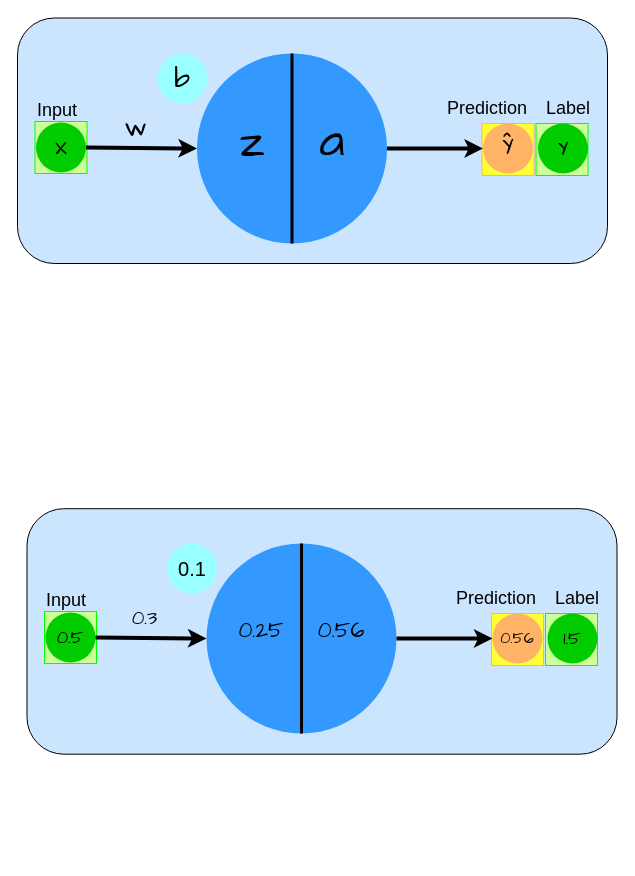
Earlier version of the draw.io diagram backpropagation.drawio (chnoack/diagrams). Source tidied: cells renumbered, new cells numbered last; positions are measured from the earlier drawing's top-left corner, leaving out a move shared by most shapes. Both pictures are drawn from the tidied source at 100%, with x=0, y=0 at pixel (17, 17).
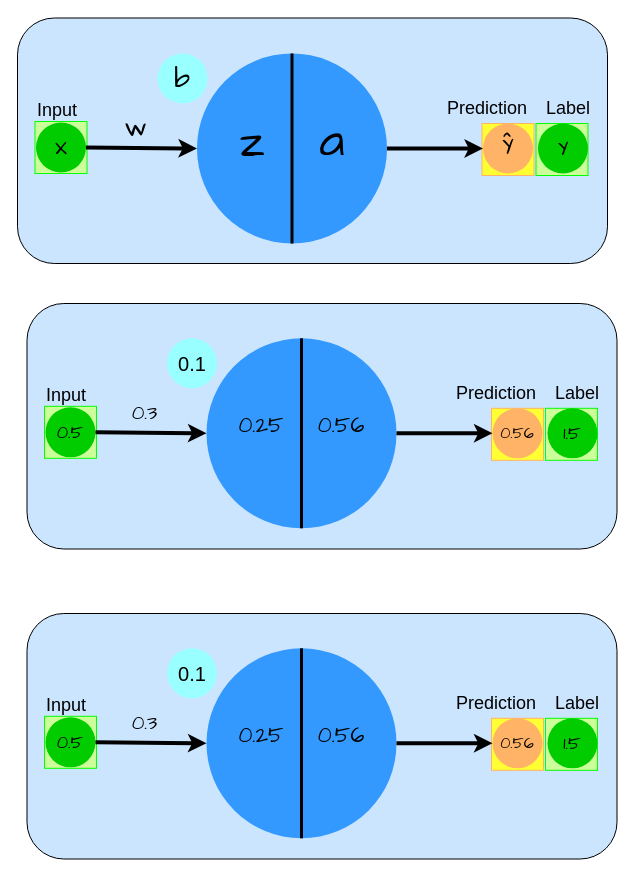
Above is the later version.

The edit, as a diff of the source:
```diff
@@
     <mxCell id="2" style="rounded=1;whiteSpace=wrap;html=1;fillColor=#CCE5FF;" parent="1" vertex="1">
-      <mxGeometry x="9.5" y="491.2" width="590" height="245.5" as="geometry" />
+      <mxGeometry x="9.5" y="286" width="590" height="245.5" as="geometry" />
     </mxCell>
@@
     <mxCell id="22" style="whiteSpace=wrap;html=1;fillColor=#CCFF99;strokeColor=#00FF00;" parent="1" vertex="1">
-      <mxGeometry x="528" y="596" width="52" height="52" as="geometry" />
+      <mxGeometry x="528" y="390.8" width="52" height="52" as="geometry" />
     </mxCell>
     <mxCell id="23" style="whiteSpace=wrap;html=1;fillColor=#FFFF33;strokeColor=#FFB366;" parent="1" vertex="1">
-      <mxGeometry x="474" y="596" width="52" height="52" as="geometry" />
+      <mxGeometry x="474" y="390.8" width="52" height="52" as="geometry" />
     </mxCell>
     <mxCell id="24" style="ellipse;whiteSpace=wrap;html=1;strokeColor=none;fillColor=light-dark(#3399FF,#EDEDED);" parent="1" vertex="1">
-      <mxGeometry x="189" y="526" width="190" height="190" as="geometry" />
+      <mxGeometry x="189" y="320.8" width="190" height="190" as="geometry" />
     </mxCell>
@@
     <mxCell id="26" value="&lt;font style=&quot;font-size: 22px;&quot; face=&quot;Comic Sans MS&quot;&gt;0.25&lt;/font&gt;" style="text;html=1;whiteSpace=wrap;strokeColor=none;fillColor=none;align=center;verticalAlign=middle;rounded=0;" parent="1" vertex="1">
-      <mxGeometry x="209" y="584" width="70" height="60" as="geometry" />
+      <mxGeometry x="209" y="378.8" width="70" height="60" as="geometry" />
     </mxCell>
     <mxCell id="27" value="&lt;font style=&quot;font-size: 22px;&quot; face=&quot;Comic Sans MS&quot;&gt;0.56&lt;/font&gt;" style="text;html=1;whiteSpace=wrap;strokeColor=none;fillColor=none;align=center;verticalAlign=middle;rounded=0;" parent="1" vertex="1">
-      <mxGeometry x="289" y="584" width="70" height="60" as="geometry" />
+      <mxGeometry x="289" y="378.8" width="70" height="60" as="geometry" />
     </mxCell>
     <mxCell id="28" value="&lt;font style=&quot;font-size: 16px;&quot; face=&quot;Comic Sans MS&quot;&gt;0.56&lt;/font&gt;" style="ellipse;whiteSpace=wrap;html=1;fillColor=#FFB366;strokeColor=none;" parent="1" vertex="1">
-      <mxGeometry x="475" y="596" width="50" height="50" as="geometry" />
+      <mxGeometry x="475" y="390.8" width="50" height="50" as="geometry" />
     </mxCell>
     <mxCell id="29" value="&lt;font style=&quot;font-size: 18px;&quot; face=&quot;Comic Sans MS&quot;&gt;1.5&lt;/font&gt;" style="ellipse;whiteSpace=wrap;html=1;fillColor=#00CC00;strokeColor=none;" parent="1" vertex="1">
-      <mxGeometry x="530" y="596" width="50" height="50" as="geometry" />
+      <mxGeometry x="530" y="390.8" width="50" height="50" as="geometry" />
     </mxCell>
     <mxCell id="30" value="&lt;font style=&quot;font-size: 20px;&quot;&gt;0.1&lt;/font&gt;" style="ellipse;whiteSpace=wrap;html=1;fillColor=#99FFFF;strokeColor=none;" parent="1" vertex="1">
-      <mxGeometry x="149.5" y="526" width="50" height="50" as="geometry" />
+      <mxGeometry x="149.5" y="320.8" width="50" height="50" as="geometry" />
     </mxCell>
     <mxCell id="31" style="whiteSpace=wrap;html=1;fillColor=#CCFF99;strokeColor=#00FF00;" parent="1" vertex="1">
-      <mxGeometry x="27" y="594" width="52" height="52" as="geometry" />
+      <mxGeometry x="27" y="388.8" width="52" height="52" as="geometry" />
     </mxCell>
     <mxCell id="32" value="&lt;font style=&quot;font-size: 18px;&quot; face=&quot;Comic Sans MS&quot;&gt;0.5&lt;/font&gt;" style="ellipse;whiteSpace=wrap;html=1;fillColor=#00CC00;strokeColor=none;" parent="1" vertex="1">
-      <mxGeometry x="28" y="595" width="50" height="50" as="geometry" />
+      <mxGeometry x="28" y="389.8" width="50" height="50" as="geometry" />
     </mxCell>
     <mxCell id="33" value="&lt;font style=&quot;font-size: 20px;&quot; face=&quot;Comic Sans MS&quot;&gt;0.3&lt;/font&gt;" style="text;html=1;whiteSpace=wrap;strokeColor=none;fillColor=none;align=center;verticalAlign=middle;rounded=0;" parent="1" vertex="1">
-      <mxGeometry x="96" y="586" width="63" height="28" as="geometry" />
+      <mxGeometry x="96" y="380.8" width="63" height="28" as="geometry" />
     </mxCell>
@@
     <mxCell id="36" value="&lt;font style=&quot;font-size: 18px;&quot;&gt;Input&lt;/font&gt;" style="text;html=1;whiteSpace=wrap;strokeColor=none;fillColor=none;align=center;verticalAlign=middle;rounded=0;" parent="1" vertex="1">
-      <mxGeometry x="19" y="568" width="60" height="30" as="geometry" />
+      <mxGeometry x="19" y="362.8" width="60" height="30" as="geometry" />
     </mxCell>
     <mxCell id="37" value="&lt;font style=&quot;font-size: 18px;&quot;&gt;Prediction&lt;/font&gt;" style="text;html=1;whiteSpace=wrap;strokeColor=none;fillColor=none;align=center;verticalAlign=middle;rounded=0;" parent="1" vertex="1">
-      <mxGeometry x="439" y="566" width="80" height="30" as="geometry" />
+      <mxGeometry x="439" y="360.8" width="80" height="30" as="geometry" />
     </mxCell>
     <mxCell id="38" value="&lt;font style=&quot;font-size: 18px;&quot;&gt;Label&lt;/font&gt;" style="text;html=1;whiteSpace=wrap;strokeColor=none;fillColor=none;align=center;verticalAlign=middle;rounded=0;" parent="1" vertex="1">
-      <mxGeometry x="530" y="566" width="60" height="30" as="geometry" />
+      <mxGeometry x="530" y="360.8" width="60" height="30" as="geometry" />
     </mxCell>
+    <mxCell id="39" style="rounded=1;whiteSpace=wrap;html=1;fillColor=#CCE5FF;" parent="1" vertex="1">
+      <mxGeometry x="9.5" y="596" width="590" height="245.5" as="geometry" />
+    </mxCell>
+    <mxCell id="40" style="whiteSpace=wrap;html=1;fillColor=#CCFF99;strokeColor=#00FF00;" parent="1" vertex="1">
+      <mxGeometry x="528" y="700.8" width="52" height="52" as="geometry" />
+    </mxCell>
+    <mxCell id="41" style="whiteSpace=wrap;html=1;fillColor=#FFFF33;strokeColor=#FFB366;" parent="1" vertex="1">
+      <mxGeometry x="474" y="700.8" width="52" height="52" as="geometry" />
+    </mxCell>
+    <mxCell id="42" style="ellipse;whiteSpace=wrap;html=1;strokeColor=none;fillColor=light-dark(#3399FF,#EDEDED);" parent="1" vertex="1">
+      <mxGeometry x="189" y="630.8" width="190" height="190" as="geometry" />
+    </mxCell>
+    <mxCell id="43" style="endArrow=none;html=1;rounded=0;entryX=0.5;entryY=0;entryDx=0;entryDy=0;exitX=0.5;exitY=1;exitDx=0;exitDy=0;strokeWidth=3;" parent="1" edge="1" source="42" target="42">
+      <mxGeometry relative="1" as="geometry" />
+    </mxCell>
+    <mxCell id="44" value="&lt;font style=&quot;font-size: 22px;&quot; face=&quot;Comic Sans MS&quot;&gt;0.25&lt;/font&gt;" style="text;html=1;whiteSpace=wrap;strokeColor=none;fillColor=none;align=center;verticalAlign=middle;rounded=0;" parent="1" vertex="1">
+      <mxGeometry x="209" y="688.8" width="70" height="60" as="geometry" />
+    </mxCell>
+    <mxCell id="45" value="&lt;font style=&quot;font-size: 22px;&quot; face=&quot;Comic Sans MS&quot;&gt;0.56&lt;/font&gt;" style="text;html=1;whiteSpace=wrap;strokeColor=none;fillColor=none;align=center;verticalAlign=middle;rounded=0;" parent="1" vertex="1">
+      <mxGeometry x="289" y="688.8" width="70" height="60" as="geometry" />
+    </mxCell>
+    <mxCell id="46" value="&lt;font style=&quot;font-size: 16px;&quot; face=&quot;Comic Sans MS&quot;&gt;0.56&lt;/font&gt;" style="ellipse;whiteSpace=wrap;html=1;fillColor=#FFB366;strokeColor=none;" parent="1" vertex="1">
+      <mxGeometry x="475" y="700.8" width="50" height="50" as="geometry" />
+    </mxCell>
+    <mxCell id="47" value="&lt;font style=&quot;font-size: 18px;&quot; face=&quot;Comic Sans MS&quot;&gt;1.5&lt;/font&gt;" style="ellipse;whiteSpace=wrap;html=1;fillColor=#00CC00;strokeColor=none;" parent="1" vertex="1">
+      <mxGeometry x="530" y="700.8" width="50" height="50" as="geometry" />
+    </mxCell>
+    <mxCell id="48" value="&lt;font style=&quot;font-size: 20px;&quot;&gt;0.1&lt;/font&gt;" style="ellipse;whiteSpace=wrap;html=1;fillColor=#99FFFF;strokeColor=none;" parent="1" vertex="1">
+      <mxGeometry x="149.5" y="630.8" width="50" height="50" as="geometry" />
+    </mxCell>
+    <mxCell id="49" style="whiteSpace=wrap;html=1;fillColor=#CCFF99;strokeColor=#00FF00;" parent="1" vertex="1">
+      <mxGeometry x="27" y="698.8" width="52" height="52" as="geometry" />
+    </mxCell>
+    <mxCell id="50" value="&lt;font style=&quot;font-size: 18px;&quot; face=&quot;Comic Sans MS&quot;&gt;0.5&lt;/font&gt;" style="ellipse;whiteSpace=wrap;html=1;fillColor=#00CC00;strokeColor=none;" parent="1" vertex="1">
+      <mxGeometry x="28" y="699.8" width="50" height="50" as="geometry" />
+    </mxCell>
+    <mxCell id="51" value="&lt;font style=&quot;font-size: 20px;&quot; face=&quot;Comic Sans MS&quot;&gt;0.3&lt;/font&gt;" style="text;html=1;whiteSpace=wrap;strokeColor=none;fillColor=none;align=center;verticalAlign=middle;rounded=0;" parent="1" vertex="1">
+      <mxGeometry x="96" y="690.8" width="63" height="28" as="geometry" />
+    </mxCell>
+    <mxCell id="52" style="endArrow=classic;html=1;rounded=0;strokeWidth=4;exitX=1;exitY=0.5;exitDx=0;exitDy=0;entryX=0;entryY=0.5;entryDx=0;entryDy=0;" parent="1" edge="1" source="50" target="42">
+      <mxGeometry relative="1" as="geometry" />
+    </mxCell>
+    <mxCell id="53" style="endArrow=classic;html=1;rounded=0;strokeWidth=4;exitX=1;exitY=0.5;exitDx=0;exitDy=0;entryX=0;entryY=0.5;entryDx=0;entryDy=0;" parent="1" edge="1" source="42" target="46">
+      <mxGeometry relative="1" as="geometry" />
+    </mxCell>
+    <mxCell id="54" value="&lt;font style=&quot;font-size: 18px;&quot;&gt;Input&lt;/font&gt;" style="text;html=1;whiteSpace=wrap;strokeColor=none;fillColor=none;align=center;verticalAlign=middle;rounded=0;" parent="1" vertex="1">
+      <mxGeometry x="19" y="672.8" width="60" height="30" as="geometry" />
+    </mxCell>
+    <mxCell id="55" value="&lt;font style=&quot;font-size: 18px;&quot;&gt;Prediction&lt;/font&gt;" style="text;html=1;whiteSpace=wrap;strokeColor=none;fillColor=none;align=center;verticalAlign=middle;rounded=0;" parent="1" vertex="1">
+      <mxGeometry x="439" y="670.8" width="80" height="30" as="geometry" />
+    </mxCell>
+    <mxCell id="56" value="&lt;font style=&quot;font-size: 18px;&quot;&gt;Label&lt;/font&gt;" style="text;html=1;whiteSpace=wrap;strokeColor=none;fillColor=none;align=center;verticalAlign=middle;rounded=0;" parent="1" vertex="1">
+      <mxGeometry x="530" y="670.8" width="60" height="30" as="geometry" />
+    </mxCell>
```
